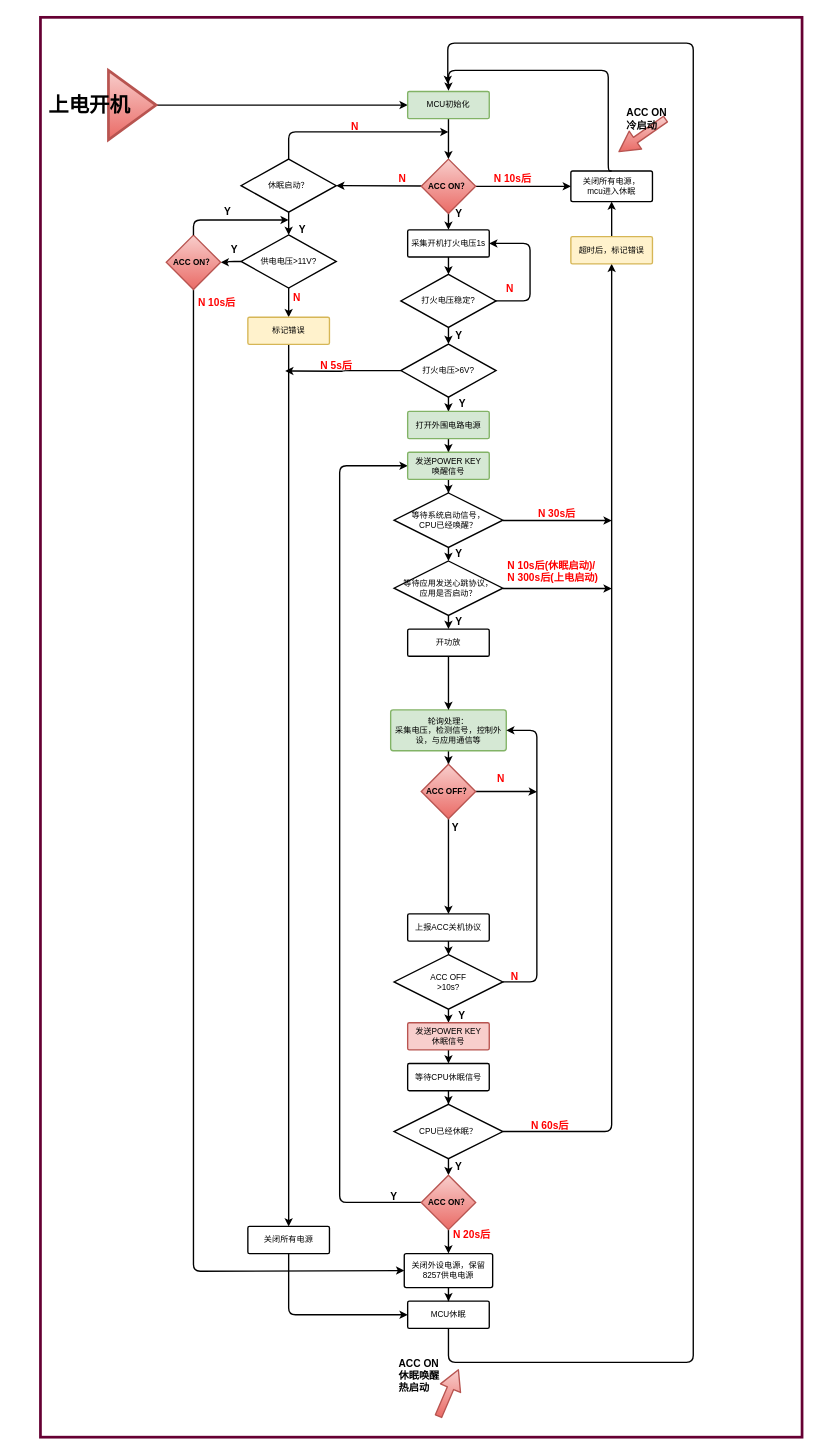
yintianlan/Picture_Draw keeps this draw.io diagram as page "第 2 页" (2 of 3) of 009_XIUMING.drawio. Above is the earlier version. Source tidied: cells renumbered, new cells numbered last; positions are measured from the earlier drawing's top-left corner, leaving out a move shared by most shapes. Both pictures are drawn from the tidied source at 68%, with x=0, y=0 at pixel (40, 17).
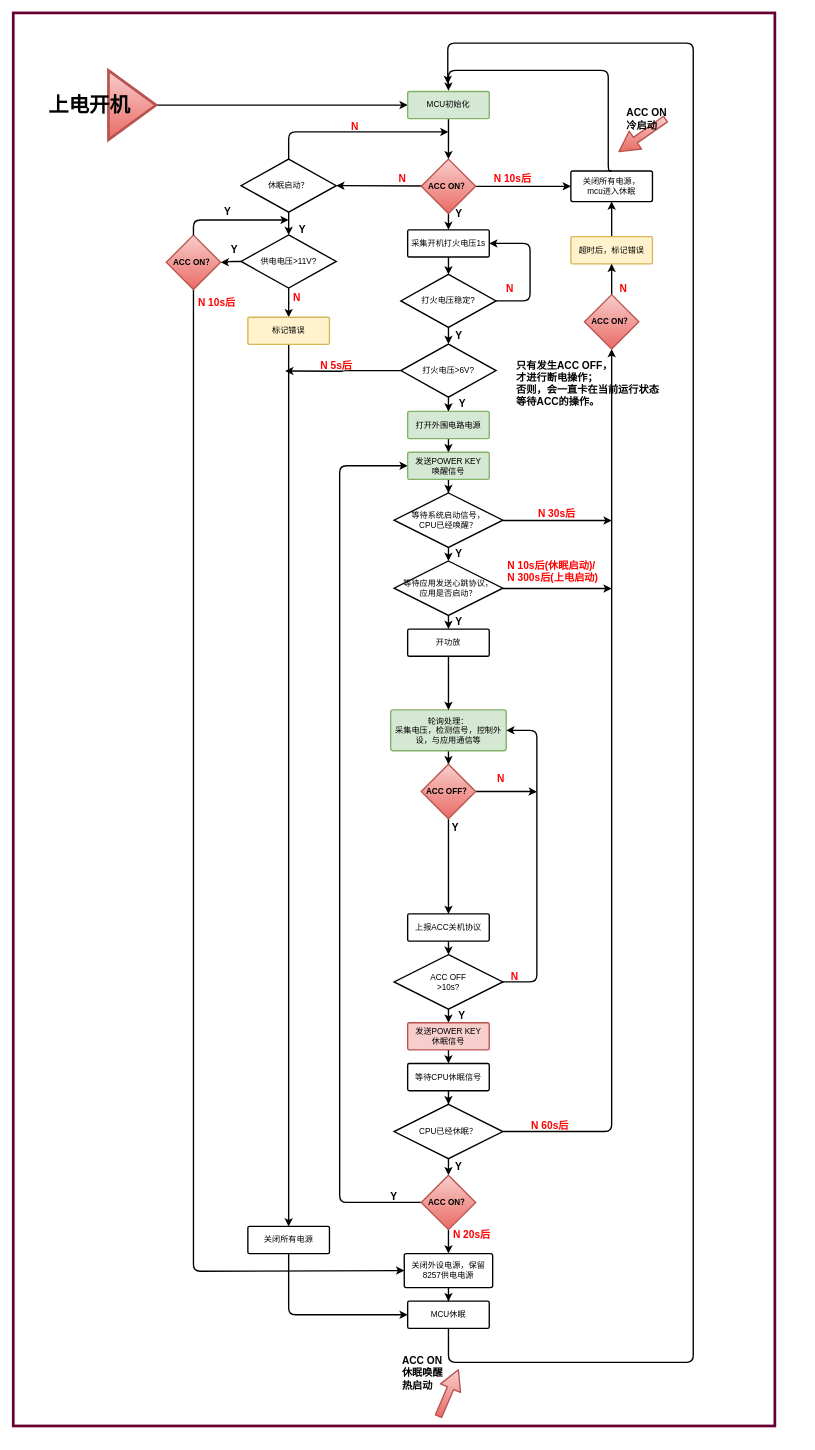
Above is the later version.

Unchanged cells that the change refers to:
```xml
<mxCell id="51" value="CPU已经休眠？&lt;br&gt;" style="strokeWidth=2;html=1;shape=mxgraph.flowchart.decision;whiteSpace=wrap;fillColor=#ffffff;fontFamily=Helvetica;align=center;strokeColor=#000000;" parent="1" vertex="1">
  <mxGeometry x="520" y="1598.5" width="160" height="80" as="geometry" />
</mxCell>
<mxCell id="84" value="超时后，标记错误" style="strokeWidth=2;html=1;shape=mxgraph.flowchart.process;whiteSpace=wrap;fillColor=#fff2cc;fontFamily=Helvetica;align=center;strokeColor=#d6b656;" parent="1" vertex="1">
  <mxGeometry x="780" y="322.5" width="120" height="40" as="geometry" />
</mxCell>
```

What changed in the source:
```diff
@@
+    <mxCell id="101" style="rounded=0;whiteSpace=wrap;html=1;labelBackgroundColor=none;strokeColor=#660033;strokeWidth=4;fillColor=none;gradientColor=none;fontFamily=Helvetica;fontSize=15;align=center;" parent="1" vertex="1">
+      <mxGeometry x="-40" y="-6.5" width="1120" height="2078" as="geometry" />
+    </mxCell>
@@
     <mxCell id="31" value="&lt;b&gt;ACC ON&lt;br&gt;休眠唤醒&lt;br&gt;热启动&lt;br&gt;&lt;/b&gt;" style="text;html=1;align=left;verticalAlign=top;spacingTop=-4;fontSize=15;fontFamily=Helvetica;" parent="1" vertex="1">
-      <mxGeometry x="525" y="1968" width="80" height="60" as="geometry" />
+      <mxGeometry x="530" y="1963.5" width="80" height="60" as="geometry" />
     </mxCell>
@@
-    <mxCell id="49" style="edgeStyle=orthogonalEdgeStyle;rounded=1;jettySize=auto;html=1;strokeWidth=2;entryX=0.5;entryY=1;entryDx=0;entryDy=0;entryPerimeter=0;" parent="1" edge="1" source="51" target="84">
+    <mxCell id="49" style="edgeStyle=orthogonalEdgeStyle;rounded=1;jettySize=auto;html=1;strokeWidth=2;entryX=0.5;entryY=1;entryDx=0;entryDy=0;" parent="1" edge="1" source="51" target="103">
       <mxGeometry relative="1" as="geometry" />
     </mxCell>
@@
-    <mxCell id="101" style="rounded=0;whiteSpace=wrap;html=1;labelBackgroundColor=none;strokeColor=#660033;strokeWidth=4;fillColor=none;gradientColor=none;fontFamily=Helvetica;fontSize=15;align=center;" parent="1" vertex="1">
-      <mxGeometry width="1120" height="2088" as="geometry" />
-    </mxCell>
+    <mxCell id="102" style="edgeStyle=orthogonalEdgeStyle;rounded=1;jettySize=auto;html=1;strokeWidth=2;entryX=0.5;entryY=1;entryDx=0;entryDy=0;entryPerimeter=0;" parent="1" edge="1" source="103" target="84">
+      <mxGeometry relative="1" as="geometry">
+        <Array as="points">
+          <mxPoint x="840" y="362.5" />
+          <mxPoint x="840" y="362.5" />
+        </Array>
+      </mxGeometry>
+    </mxCell>
+    <mxCell id="103" value="&lt;b&gt;ACC ON？&lt;/b&gt;" style="rhombus;whiteSpace=wrap;html=1;strokeWidth=2;fillColor=#f8cecc;fontFamily=Helvetica;align=center;strokeColor=#b85450;gradientColor=#ea6b66;" parent="1" vertex="1">
+      <mxGeometry x="800" y="407.8" width="80" height="80" as="geometry" />
+    </mxCell>
+    <mxCell id="104" value="&lt;font color=&quot;#ff0000&quot;&gt;N&lt;/font&gt;" style="text;html=1;align=left;verticalAlign=top;spacingTop=-4;fontFamily=Helvetica;fontSize=15;fontStyle=1;" parent="1" vertex="1">
+      <mxGeometry x="850" y="388" width="30" height="20" as="geometry" />
+    </mxCell>
+    <mxCell id="105" value="&lt;font style=&quot;font-size: 15px&quot;&gt;&lt;b&gt;只有发生ACC OFF，&lt;br&gt;才进行断电操作；&lt;br&gt;否则，会一直卡在当前运行状态&lt;br&gt;等待ACC的操作。&lt;/b&gt;&lt;br&gt;&lt;/font&gt;" style="text;html=1;align=left;verticalAlign=top;spacingTop=-4;" parent="1" vertex="1">
+      <mxGeometry x="697.5" y="499.5" width="240" height="60" as="geometry" />
+    </mxCell>
```
